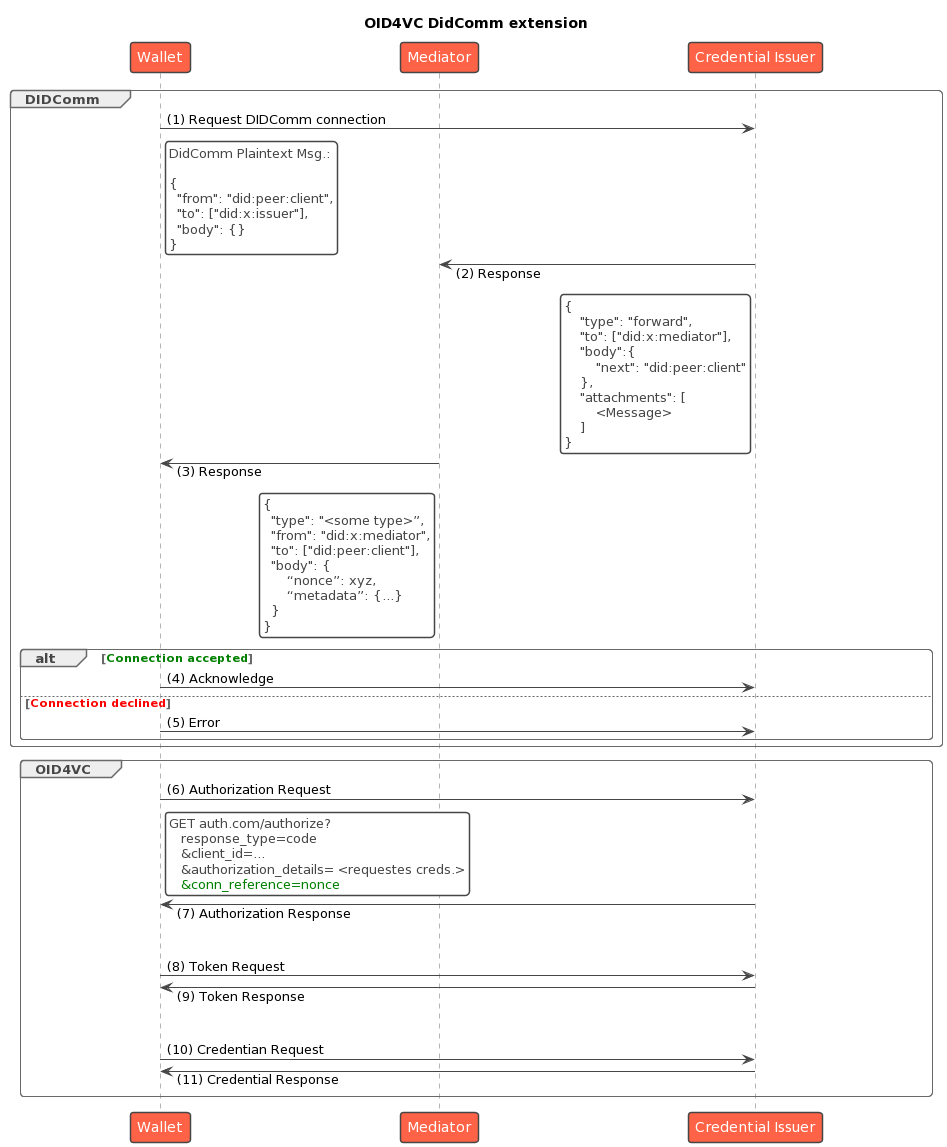
The PlantUML diagram Diagramme/oid4vc_didcomm_preconnection.png in IDunion/OpenIDIDComm, before a commit. Source of this version:
```plantuml
@startuml
!theme vibrant
title "OID4VC DidComm extension"
participant Wallet
participant Mediator
participant "Credential Issuer" as CI
skinparam ParticipantPadding 100

autonumber "(0)"

group DIDComm


Wallet -> CI: Request DIDComm connection
rnote right of Wallet #FFFFFF
DidComm Plaintext Msg.:

{
  "from": "did:peer:client",
  "to": ["did:x:issuer"],
  "body": {}
}
end rnote

CI -> Mediator: Response
rnote left of CI #FFFFFF
{
    "type": "forward",
    "to": ["did:x:mediator"],
    "body":{
        "next": "did:peer:client"
    },
    "attachments": [
        <Message>
    ]
}
end rnote

Mediator -> Wallet: Response
rnote left of Mediator #FFFFFF
{
  "type": "<some type>”,
  "from": "did:x:mediator",
  "to": ["did:peer:client"],
  "body": {
      “nonce”: xyz,
      “metadata”: {...}
  }
}
end rnote

alt <color green>Connection accepted</color>
    Wallet -> CI: Acknowledge
else <color red>Connection declined</color>
    Wallet -> CI: Error
end
end

group OID4VC

skinparam responseMessageBelowArrow true
Wallet -> CI: Authorization Request
rnote right of Wallet #FFFFFF
GET auth.com/authorize?
   response_type=code
   &client_id=…
   &authorization_details= <requestes creds.>
   <color green>&conn_reference=nonce</color>
end rnote

CI -> Wallet: Authorization Response

|||
Wallet -> CI: Token Request
CI -> Wallet: Token Response

|||
Wallet -> CI: Credentian Request
CI -> Wallet: Credential Response
end
@enduml
```
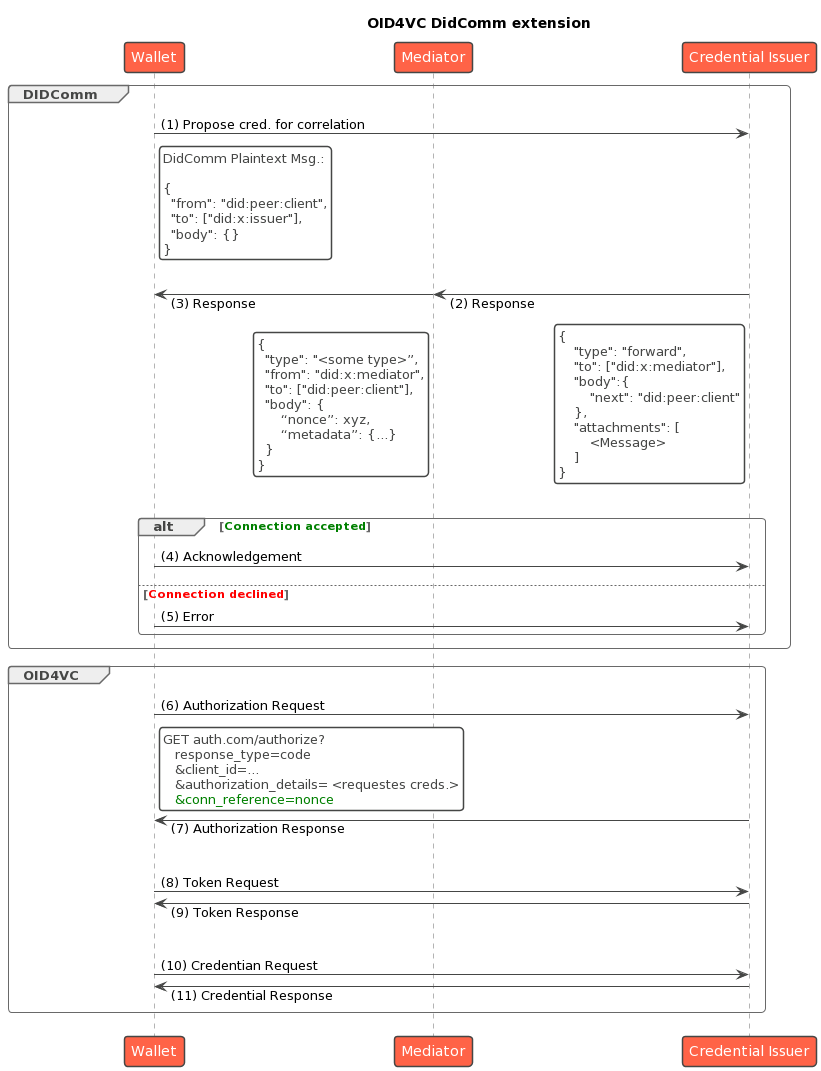
After the commit.

Diff of the diagram source:
```diff
@@ -1,5 +1,6 @@
 @startuml
 !theme vibrant
+!pragma teoz true
 title "OID4VC DidComm extension"
 participant Wallet
 participant Mediator
@@ -11,7 +12,7 @@
 group DIDComm
 
 
-Wallet -> CI: Request DIDComm connection
+Wallet -> CI: Propose cred. for correlation
 rnote right of Wallet #FFFFFF
 DidComm Plaintext Msg.:
 
@@ -21,8 +22,9 @@
   "body": {}
 }
 end rnote
-
+|||
 CI -> Mediator: Response
+& Mediator -> Wallet: Response
 rnote left of CI #FFFFFF
 {
     "type": "forward",
@@ -35,9 +37,7 @@
     ]
 }
 end rnote
-
-Mediator -> Wallet: Response
-rnote left of Mediator #FFFFFF
+& rnote left of Mediator #FFFFFF
 {
   "type": "<some type>”,
   "from": "did:x:mediator",
@@ -48,9 +48,9 @@
   }
 }
 end rnote
-
+|||
 alt <color green>Connection accepted</color>
-    Wallet -> CI: Acknowledge
+    Wallet -> CI: Acknowledgement
 else <color red>Connection declined</color>
     Wallet -> CI: Error
 end
```
